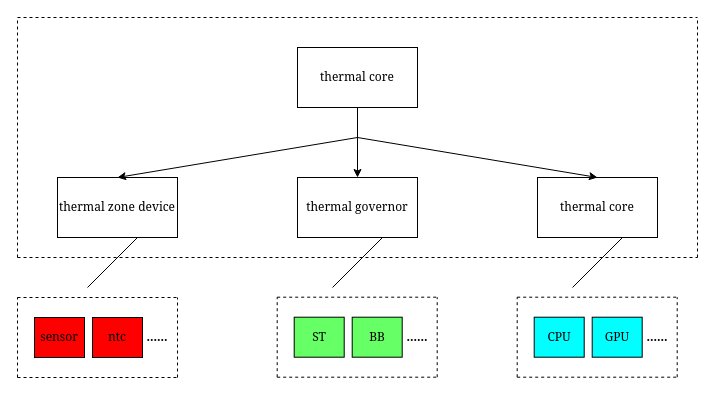
This is 未命名绘图.drawio from liukang95/lktest0001, a draw.io file, before an edit. Source tidied: cells renumbered, new cells numbered last; positions are measured from the earlier drawing's top-left corner, leaving out a move shared by most shapes. Both pictures are drawn from the tidied source at 100%, with x=0, y=0 at pixel (17, 17).
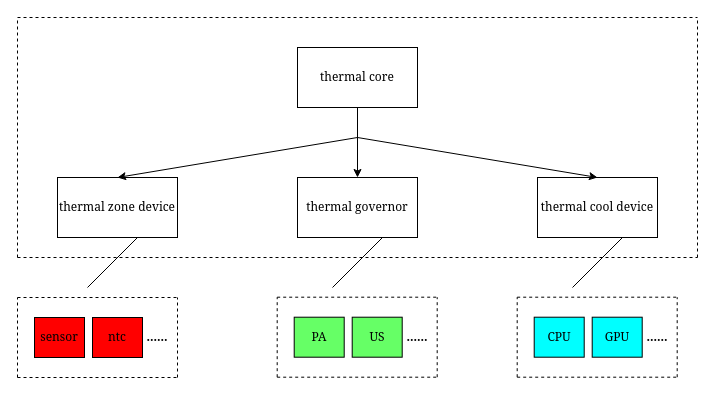
The same diagram, later.

Change to the diagram source:
```diff
@@
-    <mxCell id="6" value="&lt;div&gt;&lt;font face=&quot;Georgia&quot;&gt;thermal core&lt;/font&gt;&lt;/div&gt;" style="rounded=0;whiteSpace=wrap;html=1;" parent="1" vertex="1">
+    <mxCell id="6" value="&lt;div&gt;&lt;font face=&quot;Georgia&quot;&gt;thermal cool device&lt;br&gt;&lt;/font&gt;&lt;/div&gt;" style="rounded=0;whiteSpace=wrap;html=1;" parent="1" vertex="1">
       <mxGeometry x="520" y="160" width="120" height="60" as="geometry" />
     </mxCell>
@@
-    <mxCell id="22" value="&lt;font face=&quot;Georgia&quot;&gt;ST&lt;/font&gt;" style="rounded=0;whiteSpace=wrap;html=1;fillColor=#66FF66;" parent="1" vertex="1">
+    <mxCell id="22" value="&lt;font face=&quot;Georgia&quot;&gt;PA&lt;/font&gt;" style="rounded=0;whiteSpace=wrap;html=1;fillColor=#66FF66;" parent="1" vertex="1">
       <mxGeometry x="276.7" y="299.7" width="50" height="40" as="geometry" />
     </mxCell>
-    <mxCell id="23" value="&lt;font face=&quot;Georgia&quot;&gt;BB&lt;/font&gt;" style="rounded=0;whiteSpace=wrap;html=1;fillColor=#66FF66;" parent="1" vertex="1">
+    <mxCell id="23" value="&lt;font face=&quot;Georgia&quot;&gt;US&lt;/font&gt;" style="rounded=0;whiteSpace=wrap;html=1;fillColor=#66FF66;" parent="1" vertex="1">
       <mxGeometry x="334.7" y="299.7" width="50" height="40" as="geometry" />
     </mxCell>
```
